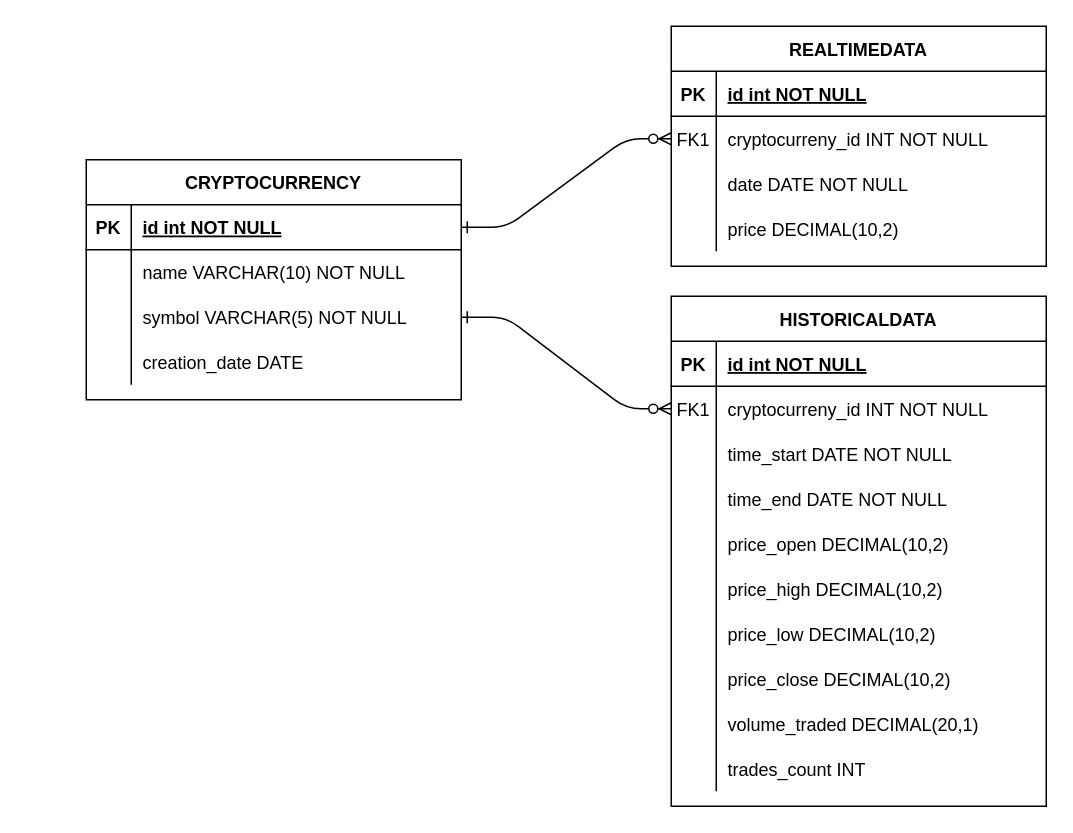
Above: Projet OPA/Data et Code/Partie 1/UML DB_KNFN_OPA.drawio in fadilnjimoun/DE_OPA (draw.io), before the change. Source tidied: cells renumbered, new cells numbered last; positions are measured from the earlier drawing's top-left corner, leaving out a move shared by most shapes. Both pictures are drawn from the tidied source at 150%, with x=0, y=0 at pixel (86, 26).
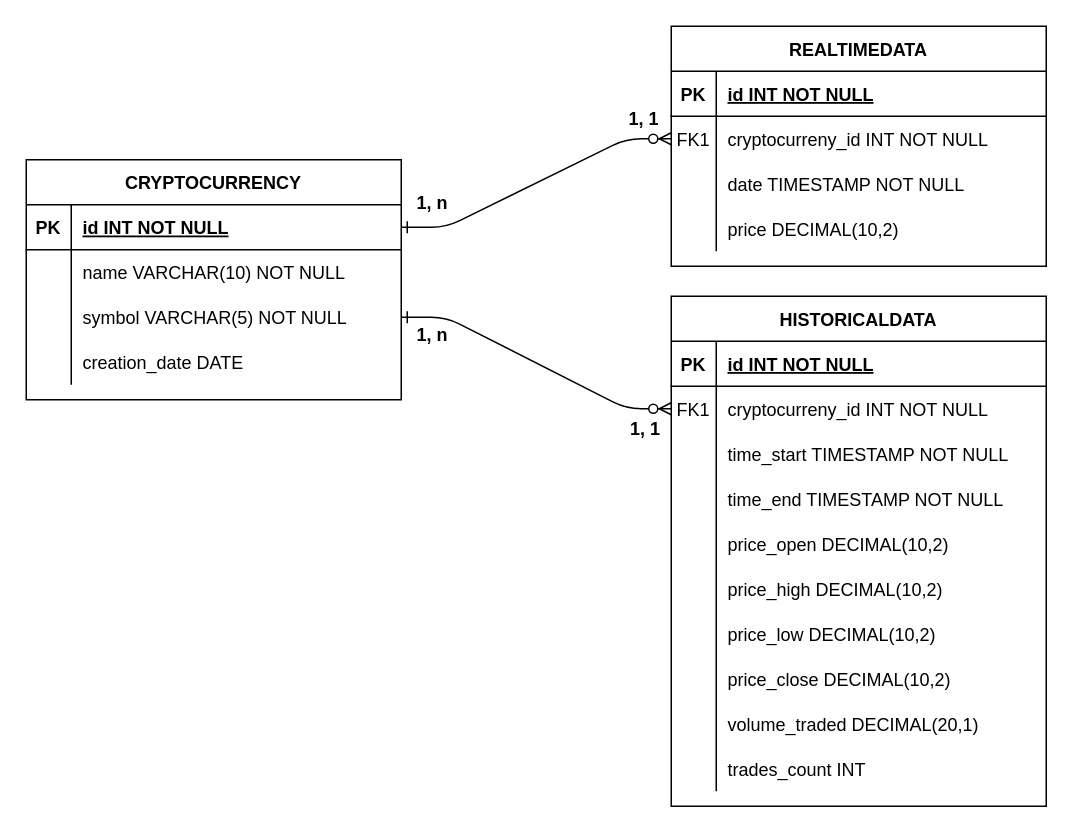
The same page after the edit.

The change refers to these unchanged cells:
```xml
<mxCell id="5" style="shape=partialRectangle;fillColor=none;top=0;left=0;right=0;bottom=1;" parent="4" vertex="1">
  <mxGeometry y="30" width="250" height="30" as="geometry" />
</mxCell>
<mxCell id="11" style="shape=partialRectangle;fillColor=none;top=0;left=0;right=0;bottom=0;" parent="4" vertex="1">
  <mxGeometry y="90" width="250" height="30" as="geometry" />
</mxCell>
<mxCell id="18" style="shape=partialRectangle;fillColor=none;top=0;left=0;right=0;bottom=1;" parent="17" vertex="1">
  <mxGeometry y="30" width="250" height="30" as="geometry" />
</mxCell>
<mxCell id="24" style="shape=partialRectangle;fillColor=none;top=0;left=0;right=0;bottom=0;" parent="17" vertex="1">
  <mxGeometry y="90" width="250" height="30" as="geometry" />
</mxCell>
<mxCell id="27" style="shape=partialRectangle;fillColor=none;top=0;left=0;right=0;bottom=0;" parent="17" vertex="1">
  <mxGeometry y="120" width="250" height="30" as="geometry" />
</mxCell>
<mxCell id="49" style="shape=partialRectangle;fillColor=none;points=[[0,0.5],[1,0.5]];portConstraint=eastwest;top=0;left=0;right=0;bottom=1;" parent="48" vertex="1">
  <mxGeometry y="30" width="250" height="30" as="geometry" />
</mxCell>
```

Change to the diagram source:
```diff
@@
-    <mxCell id="7" value="id int NOT NULL " style="shape=partialRectangle;overflow=hidden;fillColor=none;top=0;left=0;bottom=0;right=0;align=left;spacingLeft=6;fontStyle=5;" parent="5" vertex="1">
+    <mxCell id="7" value="id INT NOT NULL " style="shape=partialRectangle;overflow=hidden;fillColor=none;top=0;left=0;bottom=0;right=0;align=left;spacingLeft=6;fontStyle=5;" parent="5" vertex="1">
       <mxGeometry x="30" width="220" height="30" as="geometry" />
     </mxCell>
@@
-    <mxCell id="13" value="date DATE NOT NULL" style="shape=partialRectangle;overflow=hidden;fillColor=none;top=0;left=0;bottom=0;right=0;align=left;spacingLeft=6;" parent="11" vertex="1">
+    <mxCell id="13" value="date TIMESTAMP NOT NULL" style="shape=partialRectangle;overflow=hidden;fillColor=none;top=0;left=0;bottom=0;right=0;align=left;spacingLeft=6;" parent="11" vertex="1">
       <mxGeometry x="30" width="220" height="30" as="geometry" />
     </mxCell>
@@
-    <mxCell id="20" value="id int NOT NULL " style="shape=partialRectangle;overflow=hidden;fillColor=none;top=0;left=0;bottom=0;right=0;align=left;spacingLeft=6;fontStyle=5;" parent="18" vertex="1">
+    <mxCell id="20" value="id INT NOT NULL " style="shape=partialRectangle;overflow=hidden;fillColor=none;top=0;left=0;bottom=0;right=0;align=left;spacingLeft=6;fontStyle=5;" parent="18" vertex="1">
       <mxGeometry x="30" width="220" height="30" as="geometry" />
     </mxCell>
@@
-    <mxCell id="26" value="time_start DATE NOT NULL" style="shape=partialRectangle;overflow=hidden;fillColor=none;top=0;left=0;bottom=0;right=0;align=left;spacingLeft=6;" parent="24" vertex="1">
+    <mxCell id="26" value="time_start TIMESTAMP NOT NULL" style="shape=partialRectangle;overflow=hidden;fillColor=none;top=0;left=0;bottom=0;right=0;align=left;spacingLeft=6;" parent="24" vertex="1">
       <mxGeometry x="30" width="220" height="30" as="geometry" />
     </mxCell>
@@
-    <mxCell id="29" value="time_end DATE NOT NULL" style="shape=partialRectangle;overflow=hidden;fillColor=none;top=0;left=0;bottom=0;right=0;align=left;spacingLeft=6;" parent="27" vertex="1">
+    <mxCell id="29" value="time_end TIMESTAMP NOT NULL" style="shape=partialRectangle;overflow=hidden;fillColor=none;top=0;left=0;bottom=0;right=0;align=left;spacingLeft=6;" parent="27" vertex="1">
       <mxGeometry x="30" width="220" height="30" as="geometry" />
     </mxCell>
@@
     <mxCell id="48" value="CRYPTOCURRENCY" style="shape=table;startSize=30;childLayout=tableLayout;rowLines=0;fontStyle=1;align=center;" parent="1" vertex="1">
-      <mxGeometry y="89" width="250" height="160" as="geometry" />
+      <mxGeometry x="-40" y="89" width="250" height="160" as="geometry" />
     </mxCell>
@@
-    <mxCell id="51" value="id int NOT NULL " style="shape=partialRectangle;overflow=hidden;fillColor=none;top=0;left=0;bottom=0;right=0;align=left;spacingLeft=6;fontStyle=5;" parent="49" vertex="1">
+    <mxCell id="51" value="id INT NOT NULL " style="shape=partialRectangle;overflow=hidden;fillColor=none;top=0;left=0;bottom=0;right=0;align=left;spacingLeft=6;fontStyle=5;" parent="49" vertex="1">
       <mxGeometry x="30" width="220" height="30" as="geometry" />
     </mxCell>
@@
+    <mxCell id="61" value="&lt;b&gt;1, n&lt;/b&gt;" style="text;strokeColor=none;align=center;fillColor=none;html=1;verticalAlign=middle;whiteSpace=wrap;rounded=0;" parent="1" vertex="1">
+      <mxGeometry x="211" y="191" width="40" height="30" as="geometry" />
+    </mxCell>
+    <mxCell id="62" value="&lt;b&gt;1, n&lt;/b&gt;" style="text;strokeColor=none;align=center;fillColor=none;html=1;verticalAlign=middle;whiteSpace=wrap;rounded=0;" parent="1" vertex="1">
+      <mxGeometry x="211" y="103" width="40" height="30" as="geometry" />
+    </mxCell>
+    <mxCell id="63" value="&lt;b&gt;1, 1&lt;/b&gt;" style="text;strokeColor=none;align=center;fillColor=none;html=1;verticalAlign=middle;whiteSpace=wrap;rounded=0;" parent="1" vertex="1">
+      <mxGeometry x="353" y="254" width="40" height="30" as="geometry" />
+    </mxCell>
+    <mxCell id="64" value="&lt;b&gt;1, 1&lt;/b&gt;" style="text;strokeColor=none;align=center;fillColor=none;html=1;verticalAlign=middle;whiteSpace=wrap;rounded=0;" parent="1" vertex="1">
+      <mxGeometry x="352" y="47" width="40" height="30" as="geometry" />
+    </mxCell>
```
